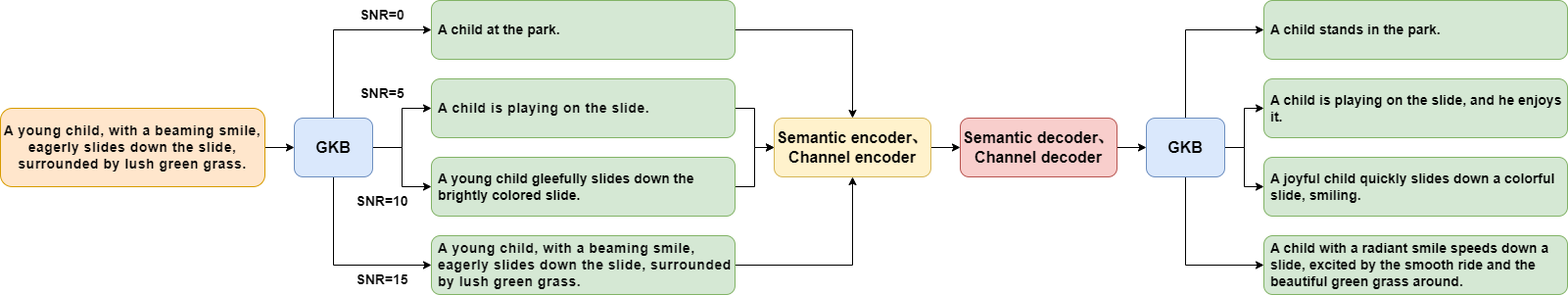
The draw.io diagram UBC-CSC/GKB2.png in TuuSiwei/paper_image, before a commit. Source tidied: cells renumbered, new cells last; positions are measured from the earlier drawing's top-left corner, leaving out a move shared by most shapes.
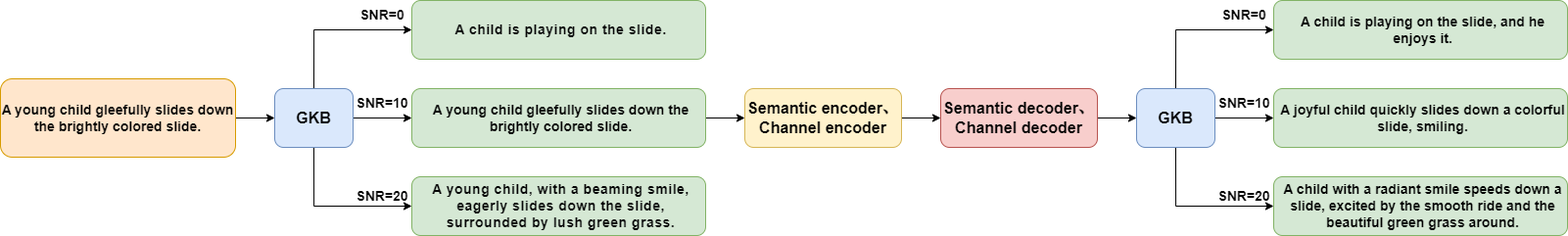
Above is the later version.

Change to the diagram source:
```diff
@@ -2,101 +2,86 @@
   <root>
     <mxCell id="0" />
     <mxCell id="1" parent="0" />
-    <mxCell id="2" style="edgeStyle=orthogonalEdgeStyle;rounded=0;jettySize=auto;html=1;entryX=0;entryY=0.5;entryDx=0;entryDy=0;exitX=0.5;exitY=0;exitDx=0;exitDy=0;" parent="1" edge="1" source="6" target="8">
-      <mxGeometry relative="1" as="geometry" />
-    </mxCell>
+    <mxCell id="4" style="edgeStyle=orthogonalEdgeStyle;rounded=0;jettySize=auto;html=1;" parent="1" edge="1" source="6" target="12">
+      <mxGeometry relative="1" as="geometry" />
+    </mxCell>
-    <mxCell id="3" style="edgeStyle=orthogonalEdgeStyle;rounded=0;jettySize=auto;html=1;entryX=0;entryY=0.5;entryDx=0;entryDy=0;" parent="1" edge="1" source="6" target="10">
+    <mxCell id="3" style="edgeStyle=orthogonalEdgeStyle;rounded=0;jettySize=auto;html=1;entryX=0;entryY=0.5;entryDx=0;entryDy=0;exitX=0.5;exitY=0;exitDx=0;exitDy=0;" parent="1" edge="1" source="6" target="10">
       <mxGeometry relative="1" as="geometry" />
     </mxCell>
-    <mxCell id="4" style="edgeStyle=orthogonalEdgeStyle;rounded=0;jettySize=auto;html=1;" parent="1" edge="1" source="6" target="12">
-      <mxGeometry relative="1" as="geometry" />
-    </mxCell>
-    <mxCell id="5" style="edgeStyle=orthogonalEdgeStyle;rounded=0;jettySize=auto;html=1;entryX=0;entryY=0.5;entryDx=0;entryDy=0;exitX=0.5;exitY=1;exitDx=0;exitDy=0;" parent="1" edge="1" source="6" target="14">
+    <mxCell id="5" style="edgeStyle=orthogonalEdgeStyle;rounded=0;jettySize=auto;html=1;exitX=0.5;exitY=1;exitDx=0;exitDy=0;entryX=0;entryY=0.5;entryDx=0;entryDy=0;" parent="1" edge="1" source="6" target="14">
       <mxGeometry relative="1" as="geometry" />
     </mxCell>
     <mxCell id="6" value="&lt;font style=&quot;font-size: 16px;&quot;&gt;&lt;b&gt;GKB&lt;/b&gt;&lt;/font&gt;" style="rounded=1;whiteSpace=wrap;html=1;fillColor=#dae8fc;strokeColor=#6c8ebf;" parent="1" vertex="1">
-      <mxGeometry x="300" y="120" width="80" height="60" as="geometry" />
+      <mxGeometry x="230" y="160" width="80" height="60" as="geometry" />
     </mxCell>
-    <mxCell id="7" style="edgeStyle=orthogonalEdgeStyle;rounded=0;jettySize=auto;html=1;entryX=0.5;entryY=0;entryDx=0;entryDy=0;" parent="1" edge="1" source="8" target="22">
-      <mxGeometry relative="1" as="geometry" />
-    </mxCell>
-    <mxCell id="8" value="A child at the park." style="rounded=1;whiteSpace=wrap;strokeColor=#82b366;align=left;verticalAlign=middle;fontFamily=Helvetica;fontSize=14;fontColor=default;labelBackgroundColor=none;fillColor=#d5e8d4;fontStyle=1;spacingLeft=5;" parent="1" vertex="1">
-      <mxGeometry x="440" width="310" height="60" as="geometry" />
-    </mxCell>
-    <mxCell id="9" style="edgeStyle=orthogonalEdgeStyle;rounded=0;jettySize=auto;html=1;entryX=0;entryY=0.5;entryDx=0;entryDy=0;" parent="1" edge="1" source="10" target="22">
-      <mxGeometry relative="1" as="geometry" />
-    </mxCell>
-    <mxCell id="10" value="&lt;span style=&quot;color: rgb(6, 6, 7); font-family: -apple-system, blinkmacsystemfont, &amp;quot;Helvetica Neue&amp;quot;, helvetica, &amp;quot;segoe ui&amp;quot;, arial, roboto, &amp;quot;PingFang SC&amp;quot;, miui, &amp;quot;Hiragino Sans GB&amp;quot;, &amp;quot;Microsoft Yahei&amp;quot;, sans-serif; font-size: 14px; letter-spacing: 0.5px; white-space-collapse: preserve;&quot;&gt;&lt;b&gt;A child is playing on the slide.&lt;/b&gt;&lt;/span&gt;" style="rounded=1;whiteSpace=wrap;html=1;strokeColor=#82b366;align=left;verticalAlign=middle;fontFamily=Helvetica;fontSize=12;fontColor=default;labelBackgroundColor=none;fillColor=#d5e8d4;spacingLeft=5;" parent="1" vertex="1">
-      <mxGeometry x="440" y="80" width="310" height="60" as="geometry" />
+    <mxCell id="10" value="&lt;span style=&quot;color: rgb(6, 6, 7); font-family: -apple-system, blinkmacsystemfont, &amp;quot;Helvetica Neue&amp;quot;, helvetica, &amp;quot;segoe ui&amp;quot;, arial, roboto, &amp;quot;PingFang SC&amp;quot;, miui, &amp;quot;Hiragino Sans GB&amp;quot;, &amp;quot;Microsoft Yahei&amp;quot;, sans-serif; font-size: 14px; letter-spacing: 0.5px; white-space-collapse: preserve;&quot;&gt;&lt;b&gt;A child is playing on the slide.&lt;/b&gt;&lt;/span&gt;" style="rounded=1;whiteSpace=wrap;html=1;strokeColor=#82b366;align=center;verticalAlign=middle;fontFamily=Helvetica;fontSize=12;fontColor=default;labelBackgroundColor=none;fillColor=#d5e8d4;spacingLeft=5;" parent="1" vertex="1">
+      <mxGeometry x="370" y="70" width="300" height="60" as="geometry" />
     </mxCell>
-    <mxCell id="11" style="edgeStyle=orthogonalEdgeStyle;rounded=0;jettySize=auto;html=1;entryX=0;entryY=0.5;entryDx=0;entryDy=0;" parent="1" edge="1" source="12" target="22">
+    <mxCell id="11" style="edgeStyle=orthogonalEdgeStyle;rounded=0;jettySize=auto;html=1;" parent="1" edge="1" source="12" target="22">
       <mxGeometry relative="1" as="geometry" />
     </mxCell>
-    <mxCell id="12" value="A young child gleefully slides down the brightly colored slide." style="rounded=1;whiteSpace=wrap;strokeColor=#82b366;align=left;verticalAlign=middle;fontFamily=Helvetica;fontSize=14;fontColor=default;labelBackgroundColor=none;fillColor=#d5e8d4;fontStyle=1;spacingLeft=5;" parent="1" vertex="1">
-      <mxGeometry x="440" y="160" width="310" height="60" as="geometry" />
+    <mxCell id="12" value="A young child gleefully slides down the brightly colored slide." style="rounded=1;whiteSpace=wrap;strokeColor=#82b366;align=center;verticalAlign=middle;fontFamily=Helvetica;fontSize=14;fontColor=default;labelBackgroundColor=none;fillColor=#d5e8d4;fontStyle=1;spacingLeft=5;" parent="1" vertex="1">
+      <mxGeometry x="370" y="160" width="300" height="60" as="geometry" />
     </mxCell>
-    <mxCell id="13" style="edgeStyle=orthogonalEdgeStyle;rounded=0;jettySize=auto;html=1;entryX=0.5;entryY=1;entryDx=0;entryDy=0;" parent="1" edge="1" source="14" target="22">
-      <mxGeometry relative="1" as="geometry" />
-    </mxCell>
-    <mxCell id="14" value="&lt;span style=&quot;color: rgb(6, 6, 7); font-family: -apple-system, blinkmacsystemfont, &amp;quot;Helvetica Neue&amp;quot;, helvetica, &amp;quot;segoe ui&amp;quot;, arial, roboto, &amp;quot;PingFang SC&amp;quot;, miui, &amp;quot;Hiragino Sans GB&amp;quot;, &amp;quot;Microsoft Yahei&amp;quot;, sans-serif; font-size: 14px; letter-spacing: 0.5px; white-space-collapse: preserve;&quot;&gt;&lt;b&gt;A young child, with a beaming smile, eagerly slides down the slide, surrounded by lush green grass.&lt;/b&gt;&lt;/span&gt;" style="rounded=1;whiteSpace=wrap;html=1;strokeColor=#82b366;align=left;verticalAlign=middle;fontFamily=Helvetica;fontSize=12;fontColor=default;labelBackgroundColor=none;fillColor=#d5e8d4;spacingLeft=5;" parent="1" vertex="1">
-      <mxGeometry x="440" y="240" width="310" height="60" as="geometry" />
+    <mxCell id="14" value="&lt;span style=&quot;color: rgb(6, 6, 7); font-family: -apple-system, blinkmacsystemfont, &amp;quot;Helvetica Neue&amp;quot;, helvetica, &amp;quot;segoe ui&amp;quot;, arial, roboto, &amp;quot;PingFang SC&amp;quot;, miui, &amp;quot;Hiragino Sans GB&amp;quot;, &amp;quot;Microsoft Yahei&amp;quot;, sans-serif; font-size: 14px; letter-spacing: 0.5px; white-space-collapse: preserve;&quot;&gt;&lt;b&gt;A young child, with a beaming smile, eagerly slides down the slide, surrounded by lush green grass.&lt;/b&gt;&lt;/span&gt;" style="rounded=1;whiteSpace=wrap;html=1;strokeColor=#82b366;align=center;verticalAlign=middle;fontFamily=Helvetica;fontSize=12;fontColor=default;labelBackgroundColor=none;fillColor=#d5e8d4;spacingLeft=5;" parent="1" vertex="1">
+      <mxGeometry x="370" y="250" width="300" height="60" as="geometry" />
     </mxCell>
     <mxCell id="15" style="edgeStyle=orthogonalEdgeStyle;rounded=0;jettySize=auto;html=1;" parent="1" edge="1" source="16" target="6">
       <mxGeometry relative="1" as="geometry" />
     </mxCell>
-    <mxCell id="16" value="&lt;b style=&quot;white-space-collapse: preserve; color: rgb(6, 6, 7); font-family: -apple-system, blinkmacsystemfont, &amp;quot;Helvetica Neue&amp;quot;, helvetica, &amp;quot;segoe ui&amp;quot;, arial, roboto, &amp;quot;PingFang SC&amp;quot;, miui, &amp;quot;Hiragino Sans GB&amp;quot;, &amp;quot;Microsoft Yahei&amp;quot;, sans-serif; font-size: 14px; letter-spacing: 0.5px; text-align: left;&quot;&gt;A young child, with a beaming smile, eagerly slides down the slide, surrounded by lush green grass.&lt;/b&gt;" style="rounded=1;whiteSpace=wrap;html=1;strokeColor=#d79b00;align=center;verticalAlign=middle;fontFamily=Helvetica;fontSize=14;fontStyle=1;labelBackgroundColor=none;fillColor=#ffe6cc;" parent="1" vertex="1">
-      <mxGeometry y="110" width="270" height="80" as="geometry" />
+    <mxCell id="16" value="&lt;span style=&quot;text-align: left;&quot;&gt;A young child gleefully slides down the brightly colored slide.&lt;/span&gt;" style="rounded=1;whiteSpace=wrap;html=1;strokeColor=#d79b00;align=center;verticalAlign=middle;fontFamily=Helvetica;fontSize=14;fontStyle=1;labelBackgroundColor=none;fillColor=#ffe6cc;" parent="1" vertex="1">
+      <mxGeometry x="-50" y="150" width="240" height="80" as="geometry" />
     </mxCell>
-    <mxCell id="17" value="&lt;font style=&quot;font-size: 14px;&quot;&gt;&lt;b&gt;SNR=0&lt;/b&gt;&lt;/font&gt;" style="text;html=1;align=center;verticalAlign=middle;whiteSpace=wrap;rounded=0;" parent="1" vertex="1">
-      <mxGeometry x="360" width="60" height="30" as="geometry" />
-    </mxCell>
-    <mxCell id="18" value="&lt;font style=&quot;font-size: 14px;&quot;&gt;&lt;b&gt;SNR=15&lt;/b&gt;&lt;/font&gt;" style="text;html=1;align=center;verticalAlign=middle;whiteSpace=wrap;rounded=0;" parent="1" vertex="1">
-      <mxGeometry x="360" y="270" width="60" height="30" as="geometry" />
+    <mxCell id="18" value="&lt;font style=&quot;font-size: 14px;&quot;&gt;&lt;b&gt;SNR=20&lt;/b&gt;&lt;/font&gt;" style="text;html=1;align=center;verticalAlign=middle;whiteSpace=wrap;rounded=0;" parent="1" vertex="1">
+      <mxGeometry x="310" y="255" width="60" height="30" as="geometry" />
     </mxCell>
-    <mxCell id="19" value="&lt;font style=&quot;font-size: 14px;&quot;&gt;&lt;b&gt;SNR=5&lt;/b&gt;&lt;/font&gt;" style="text;html=1;align=center;verticalAlign=middle;whiteSpace=wrap;rounded=0;" parent="1" vertex="1">
-      <mxGeometry x="360" y="80" width="60" height="30" as="geometry" />
+    <mxCell id="19" value="&lt;font style=&quot;font-size: 14px;&quot;&gt;&lt;b&gt;SNR=0&lt;/b&gt;&lt;/font&gt;" style="text;html=1;align=center;verticalAlign=middle;whiteSpace=wrap;rounded=0;" parent="1" vertex="1">
+      <mxGeometry x="310" y="70" width="60" height="30" as="geometry" />
     </mxCell>
     <mxCell id="20" value="&lt;font style=&quot;font-size: 14px;&quot;&gt;&lt;b&gt;SNR=10&lt;/b&gt;&lt;/font&gt;" style="text;html=1;align=center;verticalAlign=middle;whiteSpace=wrap;rounded=0;" parent="1" vertex="1">
-      <mxGeometry x="360" y="190" width="60" height="30" as="geometry" />
+      <mxGeometry x="310" y="160" width="60" height="30" as="geometry" />
     </mxCell>
-    <mxCell id="21" style="edgeStyle=orthogonalEdgeStyle;rounded=0;jettySize=auto;html=1;entryX=0;entryY=0.5;entryDx=0;entryDy=0;" parent="1" edge="1" source="22" target="24">
+    <mxCell id="21" style="edgeStyle=orthogonalEdgeStyle;rounded=0;jettySize=auto;html=1;" parent="1" edge="1" source="22" target="24">
       <mxGeometry relative="1" as="geometry" />
     </mxCell>
     <mxCell id="22" value="&lt;span style=&quot;font-size: 16px;&quot;&gt;&lt;b&gt;Semantic&amp;nbsp;&lt;/b&gt;&lt;/span&gt;&lt;b style=&quot;font-size: 16px; background-color: initial;&quot;&gt;encoder、&lt;/b&gt;&lt;div&gt;&lt;span style=&quot;font-size: 16px;&quot;&gt;&lt;b&gt;Channel encoder&lt;/b&gt;&lt;/span&gt;&lt;/div&gt;" style="rounded=1;whiteSpace=wrap;html=1;fillColor=#fff2cc;strokeColor=#d6b656;" parent="1" vertex="1">
-      <mxGeometry x="790" y="120" width="160" height="60" as="geometry" />
+      <mxGeometry x="710" y="160" width="160" height="60" as="geometry" />
     </mxCell>
     <mxCell id="23" style="edgeStyle=orthogonalEdgeStyle;rounded=0;jettySize=auto;html=1;" parent="1" edge="1" source="24" target="33">
       <mxGeometry relative="1" as="geometry" />
     </mxCell>
     <mxCell id="24" value="&lt;span style=&quot;font-size: 16px;&quot;&gt;&lt;b&gt;Semantic&amp;nbsp;&lt;/b&gt;&lt;/span&gt;&lt;b style=&quot;font-size: 16px; background-color: initial;&quot;&gt;decoder、&lt;/b&gt;&lt;div&gt;&lt;span style=&quot;font-size: 16px;&quot;&gt;&lt;b&gt;Channel decoder&lt;/b&gt;&lt;/span&gt;&lt;/div&gt;" style="rounded=1;whiteSpace=wrap;html=1;fillColor=#f8cecc;strokeColor=#b85450;" parent="1" vertex="1">
-      <mxGeometry x="980" y="120" width="160" height="60" as="geometry" />
+      <mxGeometry x="910" y="160" width="160" height="60" as="geometry" />
     </mxCell>
-    <mxCell id="25" value="A child stands in the park." style="rounded=1;whiteSpace=wrap;strokeColor=#82b366;align=left;verticalAlign=middle;fontFamily=Helvetica;fontSize=14;fontColor=default;labelBackgroundColor=none;fillColor=#d5e8d4;fontStyle=1;spacingLeft=5;" parent="1" vertex="1">
-      <mxGeometry x="1290" width="310" height="60" as="geometry" />
-    </mxCell>
-    <mxCell id="26" value="A child is playing on the slide, and he enjoys it." style="rounded=1;whiteSpace=wrap;strokeColor=#82b366;align=left;verticalAlign=middle;fontFamily=Helvetica;fontSize=14;fontColor=default;labelBackgroundColor=none;fillColor=#d5e8d4;fontStyle=1;spacingLeft=5;" parent="1" vertex="1">
-      <mxGeometry x="1290" y="80" width="310" height="60" as="geometry" />
+    <mxCell id="26" value="A child is playing on the slide, and he enjoys it." style="rounded=1;whiteSpace=wrap;strokeColor=#82b366;align=center;verticalAlign=middle;fontFamily=Helvetica;fontSize=14;fontColor=default;labelBackgroundColor=none;fillColor=#d5e8d4;fontStyle=1;spacingLeft=5;" parent="1" vertex="1">
+      <mxGeometry x="1250" y="70" width="300" height="60" as="geometry" />
     </mxCell>
-    <mxCell id="27" value="A joyful child quickly slides down a colorful slide, smiling." style="rounded=1;whiteSpace=wrap;strokeColor=#82b366;align=left;verticalAlign=middle;fontFamily=Helvetica;fontSize=14;fontColor=default;labelBackgroundColor=none;fillColor=#d5e8d4;fontStyle=1;spacingLeft=5;" parent="1" vertex="1">
-      <mxGeometry x="1290" y="160" width="310" height="60" as="geometry" />
+    <mxCell id="27" value="A joyful child quickly slides down a colorful slide, smiling." style="rounded=1;whiteSpace=wrap;strokeColor=#82b366;align=center;verticalAlign=middle;fontFamily=Helvetica;fontSize=14;fontColor=default;labelBackgroundColor=none;fillColor=#d5e8d4;fontStyle=1;spacingLeft=5;" parent="1" vertex="1">
+      <mxGeometry x="1250" y="160" width="300" height="60" as="geometry" />
     </mxCell>
-    <mxCell id="28" value="A child with a radiant smile speeds down a slide, excited by the smooth ride and the beautiful green grass around." style="rounded=1;whiteSpace=wrap;strokeColor=#82b366;align=left;verticalAlign=middle;fontFamily=Helvetica;fontSize=14;fontColor=default;labelBackgroundColor=none;fillColor=#d5e8d4;fontStyle=1;spacingLeft=5;" parent="1" vertex="1">
-      <mxGeometry x="1290" y="240" width="310" height="60" as="geometry" />
+    <mxCell id="28" value="A child with a radiant smile speeds down a slide, excited by the smooth ride and the beautiful green grass around." style="rounded=1;whiteSpace=wrap;strokeColor=#82b366;align=center;verticalAlign=middle;fontFamily=Helvetica;fontSize=14;fontColor=default;labelBackgroundColor=none;fillColor=#d5e8d4;fontStyle=1;spacingLeft=5;" parent="1" vertex="1">
+      <mxGeometry x="1250" y="250" width="300" height="60" as="geometry" />
     </mxCell>
-    <mxCell id="29" style="edgeStyle=orthogonalEdgeStyle;rounded=0;jettySize=auto;html=1;entryX=0;entryY=0.5;entryDx=0;entryDy=0;exitX=0.5;exitY=0;exitDx=0;exitDy=0;" parent="1" edge="1" source="33" target="25">
-      <mxGeometry relative="1" as="geometry" />
-    </mxCell>
+    <mxCell id="32" style="edgeStyle=orthogonalEdgeStyle;rounded=0;jettySize=auto;html=1;" parent="1" edge="1" source="33" target="27">
+      <mxGeometry relative="1" as="geometry" />
+    </mxCell>
+    <mxCell id="31" style="edgeStyle=orthogonalEdgeStyle;rounded=0;jettySize=auto;html=1;entryX=0;entryY=0.5;entryDx=0;entryDy=0;exitX=0.5;exitY=0;exitDx=0;exitDy=0;" parent="1" edge="1" source="33" target="26">
+      <mxGeometry relative="1" as="geometry" />
+    </mxCell>
-    <mxCell id="30" style="edgeStyle=orthogonalEdgeStyle;rounded=0;jettySize=auto;html=1;entryX=0;entryY=0.5;entryDx=0;entryDy=0;exitX=0.5;exitY=1;exitDx=0;exitDy=0;" parent="1" edge="1" source="33" target="28">
+    <mxCell id="30" style="edgeStyle=orthogonalEdgeStyle;rounded=0;jettySize=auto;html=1;exitX=0.5;exitY=1;exitDx=0;exitDy=0;entryX=0;entryY=0.5;entryDx=0;entryDy=0;" parent="1" edge="1" source="33" target="28">
       <mxGeometry relative="1" as="geometry" />
     </mxCell>
-    <mxCell id="31" style="edgeStyle=orthogonalEdgeStyle;rounded=0;jettySize=auto;html=1;exitX=1;exitY=0.5;exitDx=0;exitDy=0;entryX=0;entryY=0.5;entryDx=0;entryDy=0;" parent="1" edge="1" source="33" target="26">
-      <mxGeometry relative="1" as="geometry" />
-    </mxCell>
-    <mxCell id="32" style="edgeStyle=orthogonalEdgeStyle;rounded=0;jettySize=auto;html=1;entryX=0;entryY=0.5;entryDx=0;entryDy=0;" parent="1" edge="1" source="33" target="27">
-      <mxGeometry relative="1" as="geometry" />
-    </mxCell>
     <mxCell id="33" value="&lt;font style=&quot;font-size: 16px;&quot;&gt;&lt;b&gt;GKB&lt;/b&gt;&lt;/font&gt;" style="rounded=1;whiteSpace=wrap;html=1;fillColor=#dae8fc;strokeColor=#6c8ebf;" parent="1" vertex="1">
-      <mxGeometry x="1170" y="120" width="80" height="60" as="geometry" />
+      <mxGeometry x="1110" y="160" width="80" height="60" as="geometry" />
     </mxCell>
+    <mxCell id="34" value="&lt;font style=&quot;font-size: 14px;&quot;&gt;&lt;b&gt;SNR=20&lt;/b&gt;&lt;/font&gt;" style="text;html=1;align=center;verticalAlign=middle;whiteSpace=wrap;rounded=0;" parent="1" vertex="1">
+      <mxGeometry x="1190" y="255" width="60" height="30" as="geometry" />
+    </mxCell>
+    <mxCell id="17" value="&lt;font style=&quot;font-size: 14px;&quot;&gt;&lt;b&gt;SNR=0&lt;/b&gt;&lt;/font&gt;" style="text;html=1;align=center;verticalAlign=middle;whiteSpace=wrap;rounded=0;" parent="1" vertex="1">
+      <mxGeometry x="1190" y="70" width="60" height="30" as="geometry" />
+    </mxCell>
+    <mxCell id="35" value="&lt;font style=&quot;font-size: 14px;&quot;&gt;&lt;b&gt;SNR=10&lt;/b&gt;&lt;/font&gt;" style="text;html=1;align=center;verticalAlign=middle;whiteSpace=wrap;rounded=0;" parent="1" vertex="1">
+      <mxGeometry x="1190" y="160" width="60" height="30" as="geometry" />
+    </mxCell>
   </root>
 </mxGraphModel>
```
